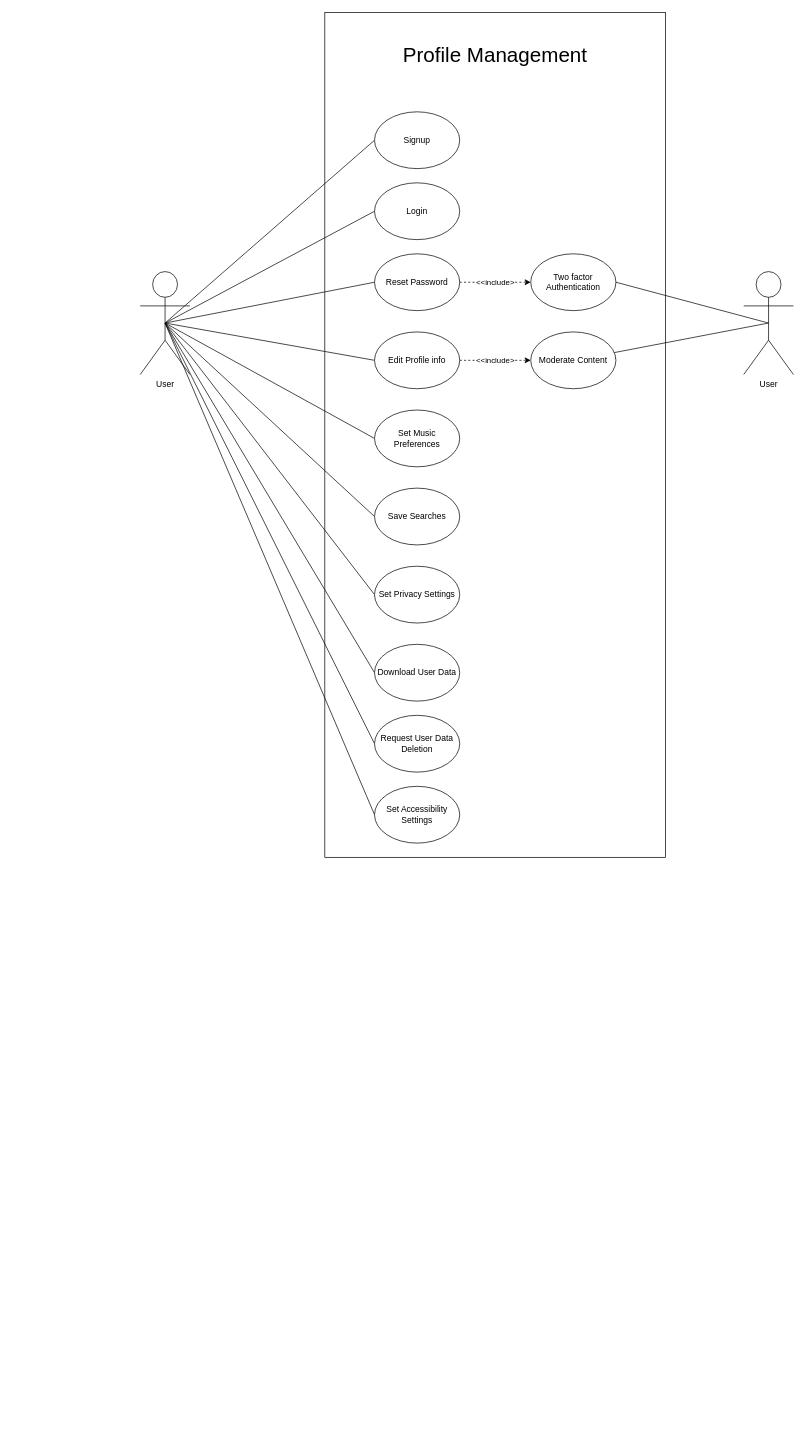
Above: page "Profile Management" (1 of 3) of documentation/UseCases.drawio in COS301-SE-2024/TuneIn (draw.io), before the change. Source tidied: cells renumbered, new cells numbered last; positions are measured from the earlier drawing's top-left corner, leaving out a move shared by most shapes. Both pictures are drawn from the tidied source at 71%, with x=0, y=0 at pixel (140, 12).
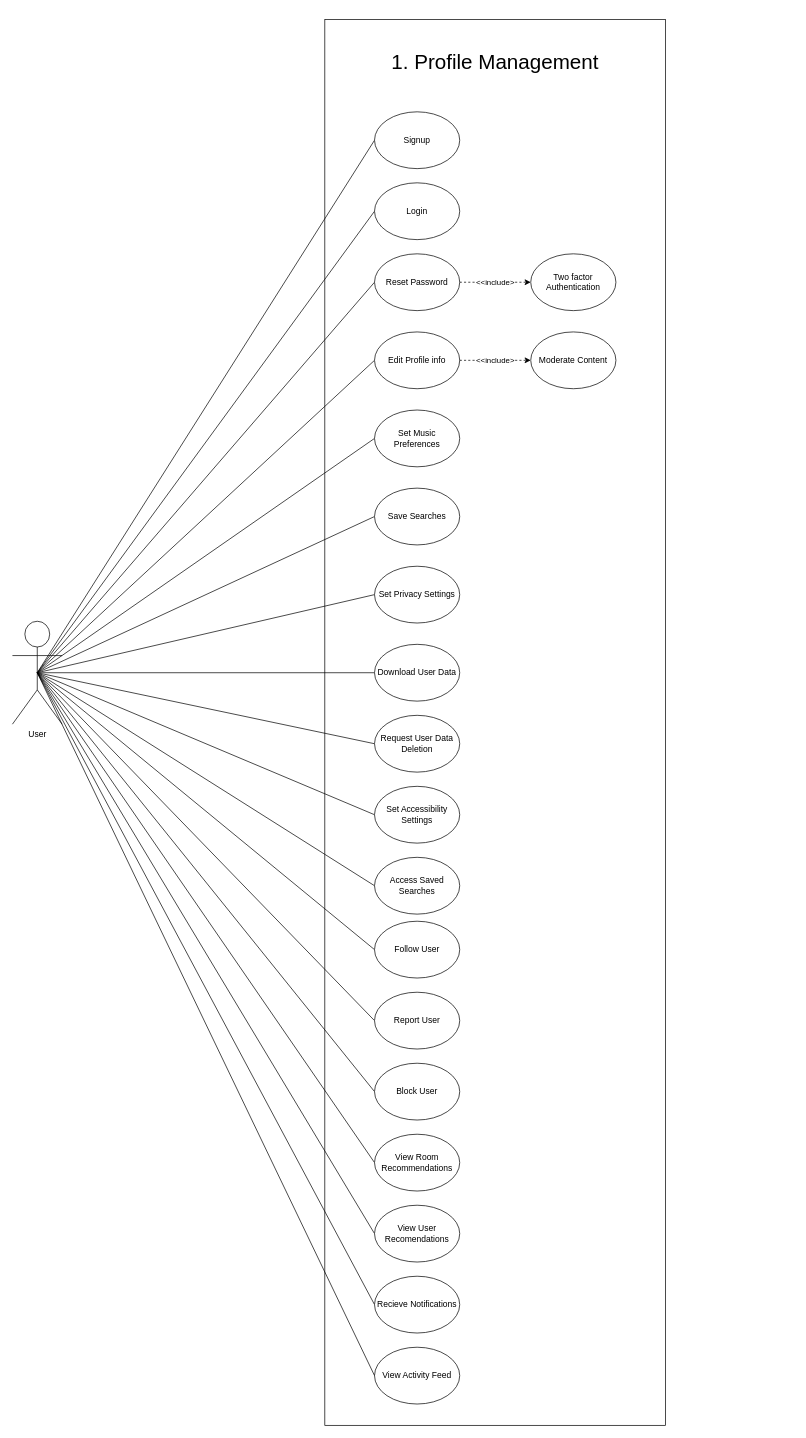
The same page after the edit.

Unchanged cells that the change refers to:
```xml
<mxCell id="21" value="Two factor Authentication" style="ellipse;whiteSpace=wrap;html=1;" parent="1" vertex="1">
  <mxGeometry x="550" y="340" width="120" height="80" as="geometry" />
</mxCell>
<mxCell id="27" value="Moderate Content" style="ellipse;whiteSpace=wrap;html=1;" parent="1" vertex="1">
  <mxGeometry x="550" y="450" width="120" height="80" as="geometry" />
</mxCell>
```

What changed in the source:
```diff
@@
     <mxCell id="2" style="rounded=0;whiteSpace=wrap;html=1;" parent="1" vertex="1">
-      <mxGeometry x="260" width="480" height="1190" as="geometry" />
+      <mxGeometry x="260" y="10" width="480" height="1980" as="geometry" />
     </mxCell>
@@
+    <mxCell id="32" style="rounded=0;jettySize=auto;html=1;exitX=0.5;exitY=0.5;exitDx=0;exitDy=0;exitPerimeter=0;entryX=0;entryY=0.5;entryDx=0;entryDy=0;endArrow=none;endFill=0;" parent="1" edge="1" source="13" target="41">
+      <mxGeometry relative="1" as="geometry" />
+    </mxCell>
+    <mxCell id="33" style="rounded=0;jettySize=auto;html=1;exitX=0.5;exitY=0.5;exitDx=0;exitDy=0;exitPerimeter=0;entryX=0;entryY=0.5;entryDx=0;entryDy=0;endArrow=none;endFill=0;" parent="1" edge="1" source="13" target="40">
+      <mxGeometry relative="1" as="geometry" />
+    </mxCell>
+    <mxCell id="34" style="rounded=0;jettySize=auto;html=1;exitX=0.5;exitY=0.5;exitDx=0;exitDy=0;exitPerimeter=0;entryX=0;entryY=0.5;entryDx=0;entryDy=0;endArrow=none;endFill=0;" parent="1" edge="1" source="13" target="45">
+      <mxGeometry relative="1" as="geometry" />
+    </mxCell>
+    <mxCell id="35" style="rounded=0;jettySize=auto;html=1;exitX=0.5;exitY=0.5;exitDx=0;exitDy=0;exitPerimeter=0;entryX=0;entryY=0.5;entryDx=0;entryDy=0;endArrow=none;endFill=0;" parent="1" edge="1" source="13" target="44">
+      <mxGeometry relative="1" as="geometry" />
+    </mxCell>
+    <mxCell id="36" style="rounded=0;jettySize=auto;html=1;exitX=0.5;exitY=0.5;exitDx=0;exitDy=0;exitPerimeter=0;entryX=0;entryY=0.5;entryDx=0;entryDy=0;endArrow=none;endFill=0;" parent="1" edge="1" source="13" target="43">
+      <mxGeometry relative="1" as="geometry" />
+    </mxCell>
+    <mxCell id="37" style="rounded=0;jettySize=auto;html=1;exitX=0.5;exitY=0.5;exitDx=0;exitDy=0;exitPerimeter=0;entryX=0;entryY=0.5;entryDx=0;entryDy=0;endArrow=none;endFill=0;" parent="1" edge="1" source="13" target="42">
+      <mxGeometry relative="1" as="geometry" />
+    </mxCell>
+    <mxCell id="38" style="rounded=0;jettySize=auto;html=1;exitX=0.5;exitY=0.5;exitDx=0;exitDy=0;exitPerimeter=0;entryX=0;entryY=0.5;entryDx=0;entryDy=0;endArrow=none;endFill=0;" parent="1" edge="1" source="13" target="47">
+      <mxGeometry relative="1" as="geometry" />
+    </mxCell>
     <mxCell id="13" value="User" style="shape=umlActor;verticalLabelPosition=bottom;verticalAlign=top;html=1;outlineConnect=0;" parent="1" vertex="1">
-      <mxGeometry y="365" width="70" height="145" as="geometry" />
+      <mxGeometry x="-180" y="857.5" width="70" height="145" as="geometry" />
     </mxCell>
-    <mxCell id="14" value="Profile Management" style="text;html=1;align=center;verticalAlign=middle;whiteSpace=wrap;rounded=0;fontSize=29;" parent="1" vertex="1">
-      <mxGeometry x="321.2" y="20" width="357.5" height="80" as="geometry" />
+    <mxCell id="14" value="1. Profile Management" style="text;html=1;align=center;verticalAlign=middle;whiteSpace=wrap;rounded=0;fontSize=29;" parent="1" vertex="1">
+      <mxGeometry x="321.2" y="30" width="357.5" height="80" as="geometry" />
     </mxCell>
@@
-    <mxCell id="29" style="rounded=0;jettySize=auto;html=1;exitX=0.5;exitY=0.5;exitDx=0;exitDy=0;exitPerimeter=0;endArrow=none;endFill=0;" parent="1" edge="1" source="31" target="27">
-      <mxGeometry relative="1" as="geometry" />
-    </mxCell>
-    <mxCell id="30" style="rounded=0;jettySize=auto;html=1;exitX=0.5;exitY=0.5;exitDx=0;exitDy=0;exitPerimeter=0;entryX=1;entryY=0.5;entryDx=0;entryDy=0;endArrow=none;endFill=0;" parent="1" edge="1" source="31" target="21">
-      <mxGeometry relative="1" as="geometry" />
-    </mxCell>
-    <mxCell id="31" value="User" style="shape=umlActor;verticalLabelPosition=bottom;verticalAlign=top;html=1;outlineConnect=0;" parent="1" vertex="1">
-      <mxGeometry x="850" y="365" width="70" height="145" as="geometry" />
-    </mxCell>
+    <mxCell id="39" value="View Activity Feed" style="ellipse;whiteSpace=wrap;html=1;" parent="1" vertex="1">
+      <mxGeometry x="330" y="1880" width="120" height="80" as="geometry" />
+    </mxCell>
+    <mxCell id="40" value="Report User" style="ellipse;whiteSpace=wrap;html=1;" parent="1" vertex="1">
+      <mxGeometry x="330" y="1380" width="120" height="80" as="geometry" />
+    </mxCell>
+    <mxCell id="41" value="Follow User" style="ellipse;whiteSpace=wrap;html=1;" parent="1" vertex="1">
+      <mxGeometry x="330" y="1280" width="120" height="80" as="geometry" />
+    </mxCell>
+    <mxCell id="42" value="Recieve Notifications" style="ellipse;whiteSpace=wrap;html=1;" parent="1" vertex="1">
+      <mxGeometry x="330" y="1780" width="120" height="80" as="geometry" />
+    </mxCell>
+    <mxCell id="43" value="View User Recomendations" style="ellipse;whiteSpace=wrap;html=1;" parent="1" vertex="1">
+      <mxGeometry x="330" y="1680" width="120" height="80" as="geometry" />
+    </mxCell>
+    <mxCell id="44" value="View Room Recommendations" style="ellipse;whiteSpace=wrap;html=1;" parent="1" vertex="1">
+      <mxGeometry x="330" y="1580" width="120" height="80" as="geometry" />
+    </mxCell>
+    <mxCell id="45" value="Block User" style="ellipse;whiteSpace=wrap;html=1;" parent="1" vertex="1">
+      <mxGeometry x="330" y="1480" width="120" height="80" as="geometry" />
+    </mxCell>
+    <mxCell id="46" style="rounded=0;jettySize=auto;html=1;exitX=0.5;exitY=0.5;exitDx=0;exitDy=0;exitPerimeter=0;entryX=0;entryY=0.5;entryDx=0;entryDy=0;endArrow=none;endFill=0;" parent="1" edge="1" source="13" target="39">
+      <mxGeometry relative="1" as="geometry" />
+    </mxCell>
+    <mxCell id="47" value="Access Saved Searches" style="ellipse;whiteSpace=wrap;html=1;" parent="1" vertex="1">
+      <mxGeometry x="330" y="1190" width="120" height="80" as="geometry" />
+    </mxCell>
```
